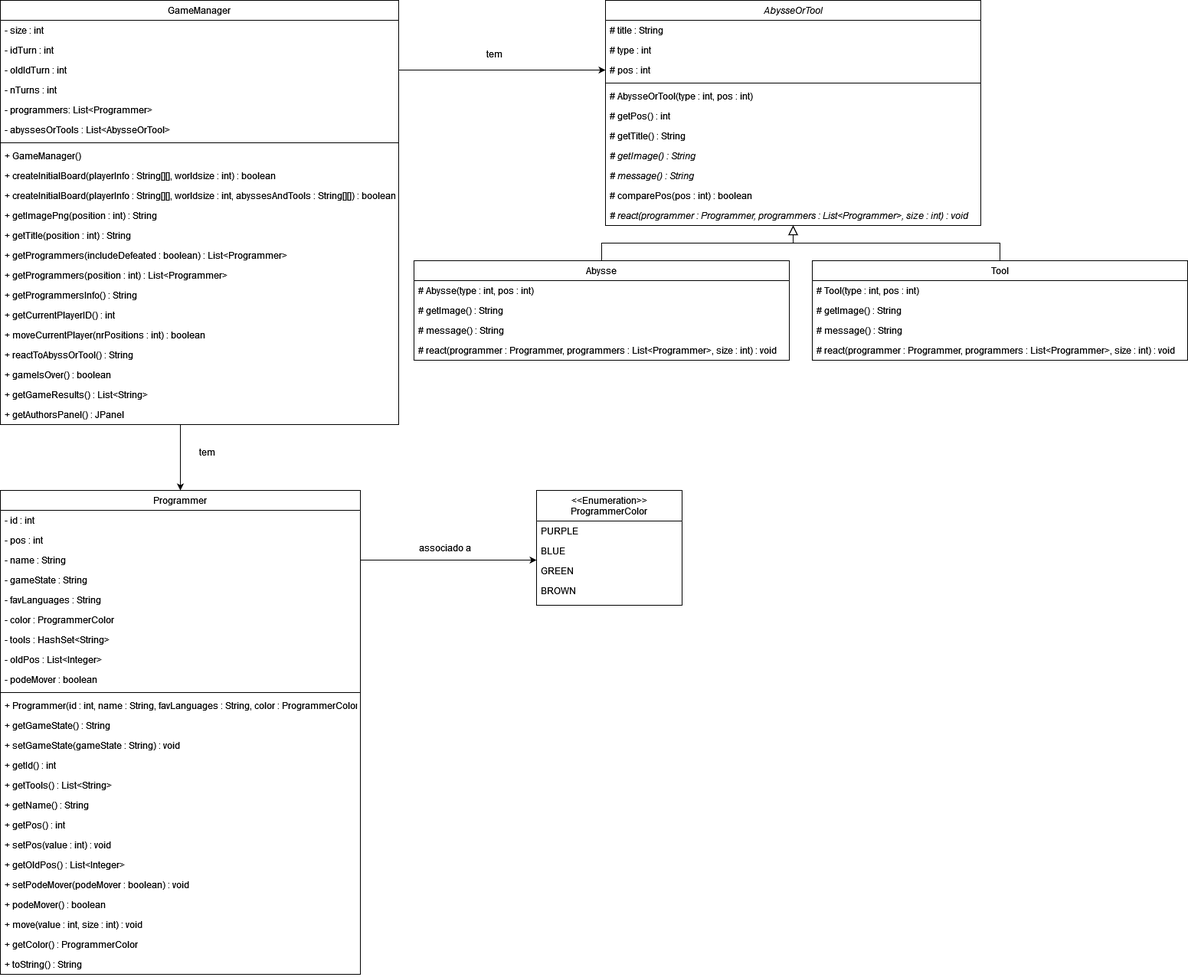
rbnvsilva/LP2-22003218-22003314 keeps this draw.io diagram as diagrama.png. Above is the earlier version. Source tidied: cells renumbered, new cells last; positions are measured from the earlier drawing's top-left corner, leaving out a move shared by most shapes.
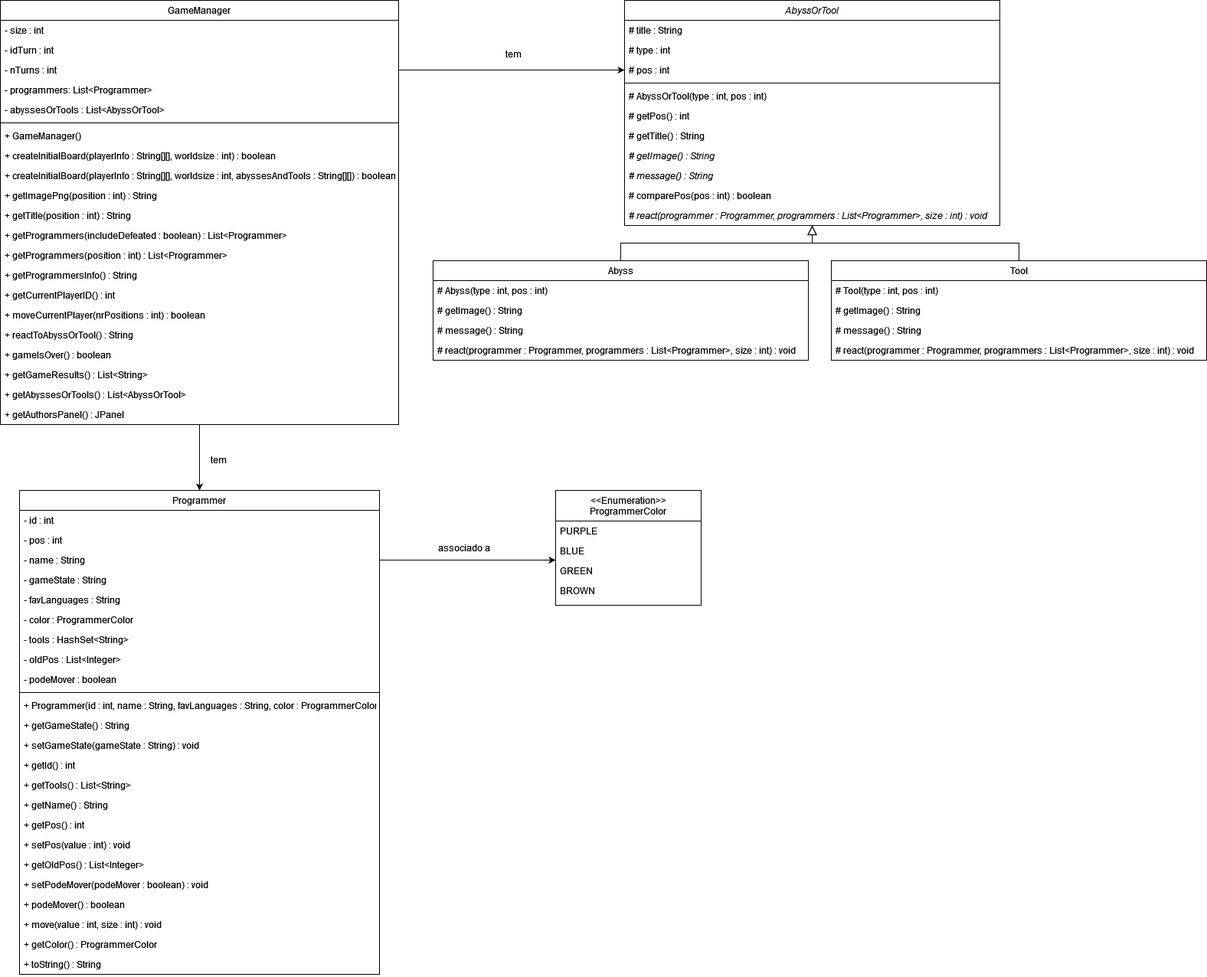
After the change.

Diff of the diagram source:
```diff
@@ -2,7 +2,7 @@
   <root>
     <mxCell id="0" />
     <mxCell id="1" parent="0" />
-    <mxCell id="2" value="AbysseOrTool" style="swimlane;fontStyle=2;align=center;verticalAlign=top;horizontal=1;startSize=26;rounded=0;shadow=0;strokeWidth=1;" parent="1" vertex="1">
+    <mxCell id="2" value="AbyssOrTool" style="swimlane;fontStyle=2;align=center;verticalAlign=top;horizontal=1;startSize=26;rounded=0;shadow=0;strokeWidth=1;" parent="1" vertex="1">
       <mxGeometry x="790" width="490" height="294" as="geometry" />
     </mxCell>
     <mxCell id="3" value="# title : String" style="text;align=left;verticalAlign=top;spacingLeft=4;spacingRight=4;overflow=hidden;" parent="2" vertex="1">
@@ -17,7 +17,7 @@
     <mxCell id="6" style="line;html=1;strokeWidth=1;align=left;verticalAlign=middle;spacingTop=-1;spacingLeft=3;spacingRight=3;labelPosition=right;" parent="2" vertex="1">
       <mxGeometry y="104" width="490" height="8" as="geometry" />
     </mxCell>
-    <mxCell id="7" value="# AbysseOrTool(type : int, pos : int)" style="text;align=left;verticalAlign=top;spacingLeft=4;spacingRight=4;overflow=hidden;fontStyle=0;" parent="2" vertex="1">
+    <mxCell id="7" value="# AbyssOrTool(type : int, pos : int)" style="text;align=left;verticalAlign=top;spacingLeft=4;spacingRight=4;overflow=hidden;fontStyle=0;" parent="2" vertex="1">
       <mxGeometry y="112" width="490" height="26" as="geometry" />
     </mxCell>
     <mxCell id="8" value="# getPos() : int" style="text;align=left;verticalAlign=top;spacingLeft=4;spacingRight=4;overflow=hidden;" parent="2" vertex="1">
@@ -38,10 +38,10 @@
     <mxCell id="13" value="# react(programmer : Programmer, programmers : List&lt;Programmer&gt;, size : int) : void" style="text;align=left;verticalAlign=top;spacingLeft=4;spacingRight=4;overflow=hidden;fontStyle=2;" parent="2" vertex="1">
       <mxGeometry y="268" width="490" height="26" as="geometry" />
     </mxCell>
-    <mxCell id="14" value="Abysse" style="swimlane;fontStyle=0;align=center;verticalAlign=top;horizontal=1;startSize=26;rounded=0;shadow=0;strokeWidth=1;" parent="1" vertex="1">
+    <mxCell id="14" value="Abyss" style="swimlane;fontStyle=0;align=center;verticalAlign=top;horizontal=1;startSize=26;rounded=0;shadow=0;strokeWidth=1;" parent="1" vertex="1">
       <mxGeometry x="540" y="340" width="490" height="130" as="geometry" />
     </mxCell>
-    <mxCell id="15" value="# Abysse(type : int, pos : int)" style="text;align=left;verticalAlign=top;spacingLeft=4;spacingRight=4;overflow=hidden;fontStyle=0;" parent="14" vertex="1">
+    <mxCell id="15" value="# Abyss(type : int, pos : int)" style="text;align=left;verticalAlign=top;spacingLeft=4;spacingRight=4;overflow=hidden;fontStyle=0;" parent="14" vertex="1">
       <mxGeometry y="26" width="490" height="26" as="geometry" />
     </mxCell>
     <mxCell id="16" value="# getImage() : String" style="text;align=left;verticalAlign=top;spacingLeft=4;spacingRight=4;overflow=hidden;" parent="14" vertex="1">
@@ -75,14 +75,10 @@
       <mxGeometry relative="1" as="geometry" />
     </mxCell>
     <mxCell id="26" style="edgeStyle=orthogonalEdgeStyle;rounded=0;jettySize=auto;html=1;exitX=0.5;exitY=1;exitDx=0;exitDy=0;entryX=0.5;entryY=0;entryDx=0;entryDy=0;" parent="1" edge="1" source="27" target="49">
-      <mxGeometry relative="1" as="geometry">
-        <Array as="points">
-          <mxPoint x="235" y="554" />
-        </Array>
-      </mxGeometry>
+      <mxGeometry relative="1" as="geometry" />
     </mxCell>
     <mxCell id="27" value="GameManager" style="swimlane;fontStyle=0;align=center;verticalAlign=top;horizontal=1;startSize=26;rounded=0;shadow=0;strokeWidth=1;" parent="1" vertex="1">
-      <mxGeometry width="520" height="554" as="geometry" />
+      <mxGeometry x="-25" width="520" height="554" as="geometry" />
     </mxCell>
     <mxCell id="28" value="- size : int" style="text;align=left;verticalAlign=top;spacingLeft=4;spacingRight=4;overflow=hidden;" parent="27" vertex="1">
       <mxGeometry y="26" width="520" height="26" as="geometry" />
@@ -90,60 +86,60 @@
     <mxCell id="29" value="- idTurn : int" style="text;align=left;verticalAlign=top;spacingLeft=4;spacingRight=4;overflow=hidden;rounded=0;shadow=0;html=0;" parent="27" vertex="1">
       <mxGeometry y="52" width="520" height="26" as="geometry" />
     </mxCell>
-    <mxCell id="30" value="- oldIdTurn : int" style="text;align=left;verticalAlign=top;spacingLeft=4;spacingRight=4;overflow=hidden;points=[[0,0.5],[1,0.5]];portConstraint=eastwest;rounded=0;shadow=0;html=0;" parent="27" vertex="1">
-      <mxGeometry y="78" width="520" height="26" as="geometry" />
-    </mxCell>
     <mxCell id="31" value="- nTurns : int" style="text;align=left;verticalAlign=top;spacingLeft=4;spacingRight=4;overflow=hidden;points=[[0,0.5],[1,0.5]];portConstraint=eastwest;rounded=0;shadow=0;html=0;" parent="27" vertex="1">
-      <mxGeometry y="104" width="520" height="26" as="geometry" />
+      <mxGeometry y="78" width="520" height="26" as="geometry" />
     </mxCell>
     <mxCell id="32" value="- programmers: List&lt;Programmer&gt;" style="text;align=left;verticalAlign=top;spacingLeft=4;spacingRight=4;overflow=hidden;rounded=0;shadow=0;html=0;" parent="27" vertex="1">
-      <mxGeometry y="130" width="520" height="26" as="geometry" />
+      <mxGeometry y="104" width="520" height="26" as="geometry" />
     </mxCell>
-    <mxCell id="33" value="- abyssesOrTools : List&lt;AbysseOrTool&gt;" style="text;align=left;verticalAlign=top;spacingLeft=4;spacingRight=4;overflow=hidden;rounded=0;shadow=0;html=0;" parent="27" vertex="1">
-      <mxGeometry y="156" width="520" height="26" as="geometry" />
+    <mxCell id="33" value="- abyssesOrTools : List&lt;AbyssOrTool&gt;" style="text;align=left;verticalAlign=top;spacingLeft=4;spacingRight=4;overflow=hidden;rounded=0;shadow=0;html=0;" parent="27" vertex="1">
+      <mxGeometry y="130" width="520" height="26" as="geometry" />
     </mxCell>
     <mxCell id="34" style="line;html=1;strokeWidth=1;align=left;verticalAlign=middle;spacingTop=-1;spacingLeft=3;spacingRight=3;labelPosition=right;" parent="27" vertex="1">
-      <mxGeometry y="182" width="520" height="8" as="geometry" />
+      <mxGeometry y="156" width="520" height="8" as="geometry" />
     </mxCell>
     <mxCell id="35" value="+ GameManager()" style="text;align=left;verticalAlign=top;spacingLeft=4;spacingRight=4;overflow=hidden;" parent="27" vertex="1">
-      <mxGeometry y="190" width="520" height="26" as="geometry" />
+      <mxGeometry y="164" width="520" height="26" as="geometry" />
     </mxCell>
     <mxCell id="36" value="+ createInitialBoard(playerInfo : String[][], worldsize : int) : boolean" style="text;align=left;verticalAlign=top;spacingLeft=4;spacingRight=4;overflow=hidden;rounded=0;shadow=0;html=0;" parent="27" vertex="1">
-      <mxGeometry y="216" width="520" height="26" as="geometry" />
+      <mxGeometry y="190" width="520" height="26" as="geometry" />
     </mxCell>
     <mxCell id="37" value="+ createInitialBoard(playerInfo : String[][], worldsize : int, abyssesAndTools : String[][]) : boolean" style="text;align=left;verticalAlign=top;spacingLeft=4;spacingRight=4;overflow=hidden;rounded=0;shadow=0;html=0;" parent="27" vertex="1">
-      <mxGeometry y="242" width="520" height="26" as="geometry" />
+      <mxGeometry y="216" width="520" height="26" as="geometry" />
     </mxCell>
     <mxCell id="38" value="+ getImagePng(position : int) : String" style="text;align=left;verticalAlign=top;spacingLeft=4;spacingRight=4;overflow=hidden;rounded=0;shadow=0;html=0;" parent="27" vertex="1">
-      <mxGeometry y="268" width="520" height="26" as="geometry" />
+      <mxGeometry y="242" width="520" height="26" as="geometry" />
     </mxCell>
     <mxCell id="39" value="+ getTitle(position : int) : String" style="text;align=left;verticalAlign=top;spacingLeft=4;spacingRight=4;overflow=hidden;rounded=0;shadow=0;html=0;" parent="27" vertex="1">
-      <mxGeometry y="294" width="520" height="26" as="geometry" />
+      <mxGeometry y="268" width="520" height="26" as="geometry" />
     </mxCell>
     <mxCell id="40" value="+ getProgrammers(includeDefeated : boolean) : List&lt;Programmer&gt;" style="text;align=left;verticalAlign=top;spacingLeft=4;spacingRight=4;overflow=hidden;rounded=0;shadow=0;html=0;" parent="27" vertex="1">
-      <mxGeometry y="320" width="520" height="26" as="geometry" />
+      <mxGeometry y="294" width="520" height="26" as="geometry" />
     </mxCell>
     <mxCell id="41" value="+ getProgrammers(position : int) : List&lt;Programmer&gt;" style="text;align=left;verticalAlign=top;spacingLeft=4;spacingRight=4;overflow=hidden;rounded=0;shadow=0;html=0;" parent="27" vertex="1">
-      <mxGeometry y="346" width="520" height="26" as="geometry" />
+      <mxGeometry y="320" width="520" height="26" as="geometry" />
     </mxCell>
     <mxCell id="42" value="+ getProgrammersInfo() : String" style="text;align=left;verticalAlign=top;spacingLeft=4;spacingRight=4;overflow=hidden;rounded=0;shadow=0;html=0;" parent="27" vertex="1">
-      <mxGeometry y="372" width="520" height="26" as="geometry" />
+      <mxGeometry y="346" width="520" height="26" as="geometry" />
     </mxCell>
     <mxCell id="43" value="+ getCurrentPlayerID() : int" style="text;align=left;verticalAlign=top;spacingLeft=4;spacingRight=4;overflow=hidden;rounded=0;shadow=0;html=0;" parent="27" vertex="1">
-      <mxGeometry y="398" width="520" height="26" as="geometry" />
+      <mxGeometry y="372" width="520" height="26" as="geometry" />
     </mxCell>
     <mxCell id="44" value="+ moveCurrentPlayer(nrPositions : int) : boolean" style="text;align=left;verticalAlign=top;spacingLeft=4;spacingRight=4;overflow=hidden;rounded=0;shadow=0;html=0;" parent="27" vertex="1">
-      <mxGeometry y="424" width="520" height="26" as="geometry" />
+      <mxGeometry y="398" width="520" height="26" as="geometry" />
     </mxCell>
     <mxCell id="45" value="+ reactToAbyssOrTool() : String" style="text;align=left;verticalAlign=top;spacingLeft=4;spacingRight=4;overflow=hidden;rounded=0;shadow=0;html=0;" parent="27" vertex="1">
-      <mxGeometry y="450" width="520" height="26" as="geometry" />
+      <mxGeometry y="424" width="520" height="26" as="geometry" />
     </mxCell>
     <mxCell id="46" value="+ gameIsOver() : boolean" style="text;align=left;verticalAlign=top;spacingLeft=4;spacingRight=4;overflow=hidden;rounded=0;shadow=0;html=0;" parent="27" vertex="1">
-      <mxGeometry y="476" width="520" height="26" as="geometry" />
+      <mxGeometry y="450" width="520" height="26" as="geometry" />
     </mxCell>
     <mxCell id="47" value="+ getGameResults() : List&lt;String&gt;" style="text;align=left;verticalAlign=top;spacingLeft=4;spacingRight=4;overflow=hidden;rounded=0;shadow=0;html=0;" parent="27" vertex="1">
-      <mxGeometry y="502" width="520" height="26" as="geometry" />
+      <mxGeometry y="476" width="520" height="26" as="geometry" />
     </mxCell>
+    <mxCell id="84" value="+ getAbyssesOrTools() : List&lt;AbyssOrTool&gt;" style="text;align=left;verticalAlign=top;spacingLeft=4;spacingRight=4;overflow=hidden;rounded=0;shadow=0;html=0;" parent="27" vertex="1">
+      <mxGeometry y="502" width="520" height="26" as="geometry" />
+    </mxCell>
     <mxCell id="48" value="+ getAuthorsPanel() : JPanel" style="text;align=left;verticalAlign=top;spacingLeft=4;spacingRight=4;overflow=hidden;rounded=0;shadow=0;html=0;" parent="27" vertex="1">
       <mxGeometry y="528" width="520" height="26" as="geometry" />
     </mxCell>
@@ -246,13 +242,13 @@
       <mxGeometry x="540" y="705" width="80" height="20" as="geometry" />
     </mxCell>
     <mxCell id="81" value="tem" style="text;html=1;align=center;verticalAlign=middle;strokeColor=none;fillColor=none;" parent="1" vertex="1">
-      <mxGeometry x="250" y="580" width="40" height="20" as="geometry" />
+      <mxGeometry x="240" y="590" width="40" height="20" as="geometry" />
     </mxCell>
-    <mxCell id="82" style="edgeStyle=orthogonalEdgeStyle;rounded=0;jettySize=auto;html=1;exitX=1;exitY=0.5;exitDx=0;exitDy=0;entryX=0;entryY=0.5;entryDx=0;entryDy=0;" parent="1" edge="1" source="30" target="5">
-      <mxGeometry relative="1" as="geometry" />
-    </mxCell>
     <mxCell id="83" value="tem" style="text;html=1;align=center;verticalAlign=middle;strokeColor=none;fillColor=none;" parent="1" vertex="1">
       <mxGeometry x="625" y="60" width="40" height="20" as="geometry" />
     </mxCell>
+    <mxCell id="85" style="edgeStyle=orthogonalEdgeStyle;rounded=0;jettySize=auto;html=1;exitX=1;exitY=0.5;exitDx=0;exitDy=0;entryX=0;entryY=0.5;entryDx=0;entryDy=0;" parent="1" edge="1" source="31" target="5">
+      <mxGeometry relative="1" as="geometry" />
+    </mxCell>
   </root>
 </mxGraphModel>
```
